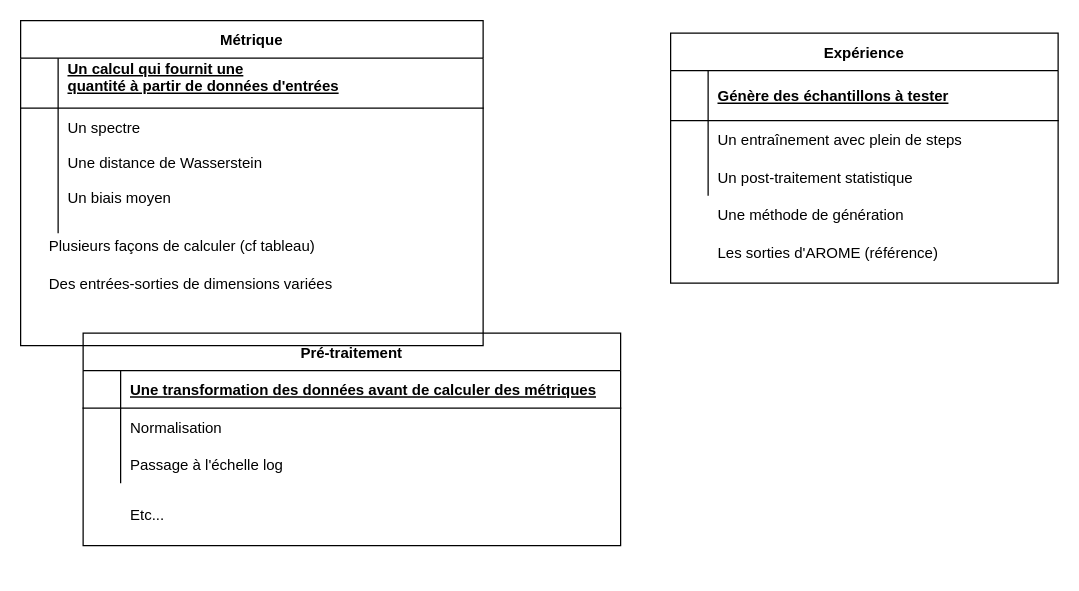
flyIchtus/score_crawl keeps this draw.io diagram as schemas_score_crawl.drawio. Above is the earlier version. Source tidied: cells renumbered, new cells numbered last; positions are measured from the earlier drawing's top-left corner, leaving out a move shared by most shapes. Both pictures are drawn from the tidied source at 125%, with x=0, y=0 at pixel (20, 20).
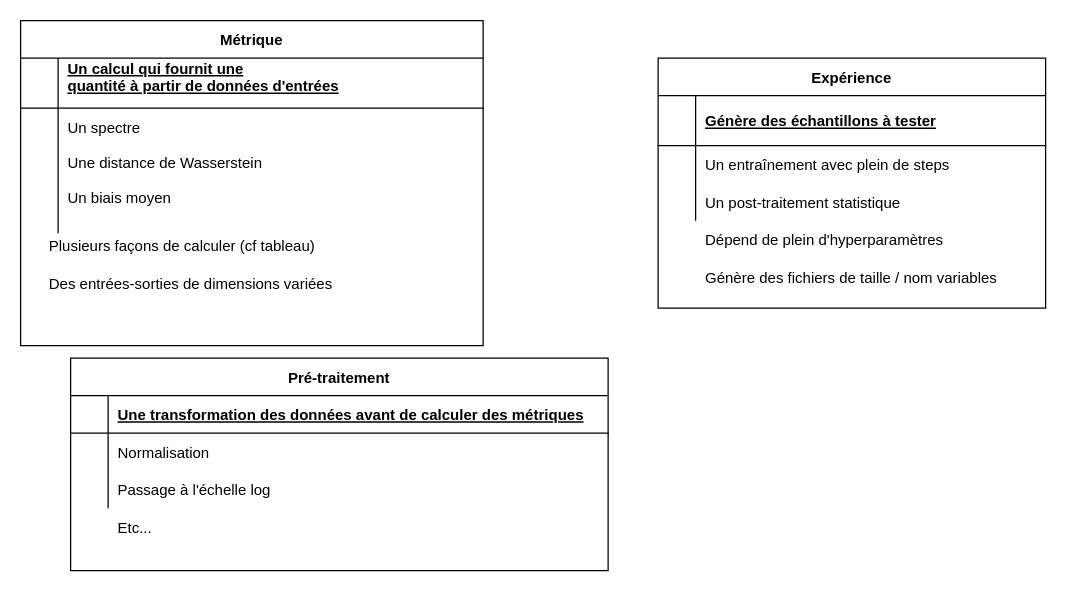
The same page after the edit.

Commit message (it also covers changes not shown here):
Mettre à jour schemas_score_crawl.drawio

Diff of the diagram source:
```diff
@@
     <mxCell id="2" value="Pré-traitement" style="shape=table;startSize=30;childLayout=tableLayout;rowLines=0;fontStyle=1;align=center;" parent="1" vertex="1">
-      <mxGeometry x="50" y="250" width="430" height="170" as="geometry" />
+      <mxGeometry x="40" y="270" width="430" height="170" as="geometry" />
     </mxCell>
@@
     <mxCell id="20" style="group;" parent="1" vertex="1">
-      <mxGeometry x="520" y="10" width="310" height="200" as="geometry" />
+      <mxGeometry x="510" y="30" width="310" height="200" as="geometry" />
     </mxCell>
@@
-    <mxCell id="31" value="Une méthode de génération" style="shape=partialRectangle;overflow=hidden;fillColor=none;top=0;left=0;bottom=0;right=0;align=left;spacingLeft=6;" parent="20" vertex="1">
-      <mxGeometry x="30" y="130" width="220" height="30" as="geometry" />
-    </mxCell>
-    <mxCell id="32" value="Les sorties d'AROME (référence)" style="shape=partialRectangle;overflow=hidden;fillColor=none;top=0;left=0;bottom=0;right=0;align=left;spacingLeft=6;" parent="20" vertex="1">
-      <mxGeometry x="30" y="160" width="220" height="30" as="geometry" />
+    <mxCell id="32" value="Dépend de plein d'hyperparamètres" style="shape=partialRectangle;overflow=hidden;fillColor=none;top=0;left=0;bottom=0;right=0;align=left;spacingLeft=6;" parent="20" vertex="1">
+      <mxGeometry x="30" y="130" width="220" height="30" as="geometry" />
     </mxCell>
+    <mxCell id="35" value="Génère des fichiers de taille / nom variables" style="shape=partialRectangle;overflow=hidden;fillColor=none;top=0;left=0;bottom=0;right=0;align=left;spacingLeft=6;" parent="20" vertex="1">
+      <mxGeometry x="30" y="160" width="260" height="30" as="geometry" />
+    </mxCell>
     <mxCell id="33" value="Etc..." style="shape=partialRectangle;overflow=hidden;fillColor=none;top=0;left=0;bottom=0;right=0;align=left;spacingLeft=6;" parent="1" vertex="1">
-      <mxGeometry x="80" y="380" width="400" height="30" as="geometry" />
+      <mxGeometry x="70" y="390" width="400" height="30" as="geometry" />
     </mxCell>
```
